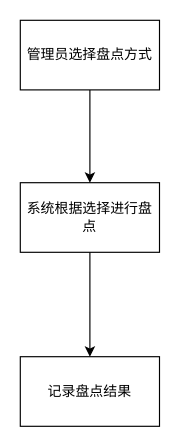
Qingyi1001/repo1 keeps this draw.io diagram as 库存盘点.drawio. Above is the earlier version. Source tidied: cells renumbered, new cells numbered last; positions are measured from the earlier drawing's top-left corner, leaving out a move shared by most shapes. Both pictures are drawn from the tidied source at 116%, with x=0, y=0 at pixel (20, 20).
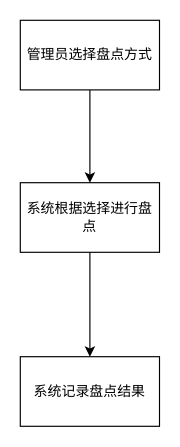
After the change.

Commit message (it also covers changes not shown here):
更新库存盘点.drawio

What changed in the source:
```diff
@@
 <mxGraphModel>
   <root>
     <mxCell id="0" />
     <mxCell id="1" parent="0" />
     <mxCell id="2" value="管理员选择盘点方式" style="rounded=0;whiteSpace=wrap;html=1;" parent="1" vertex="1">
       <mxGeometry width="120" height="60" as="geometry" />
     </mxCell>
     <mxCell id="3" value="系统根据选择进行盘点" style="rounded=0;whiteSpace=wrap;html=1;" parent="1" vertex="1">
       <mxGeometry y="140" width="120" height="60" as="geometry" />
     </mxCell>
-    <mxCell id="4" value="记录盘点结果" style="rounded=0;whiteSpace=wrap;html=1;" parent="1" vertex="1">
+    <mxCell id="4" value="系统记录盘点结果" style="rounded=0;whiteSpace=wrap;html=1;" parent="1" vertex="1">
       <mxGeometry y="290" width="120" height="60" as="geometry" />
     </mxCell>
     <mxCell id="5" style="endArrow=classic;html=1;rounded=0;" parent="1" edge="1" source="2" target="3">
       <mxGeometry relative="1" as="geometry" />
     </mxCell>
     <mxCell id="6" style="endArrow=classic;html=1;rounded=0;" parent="1" edge="1" source="3" target="4">
       <mxGeometry relative="1" as="geometry" />
     </mxCell>
   </root>
 </mxGraphModel>
```
